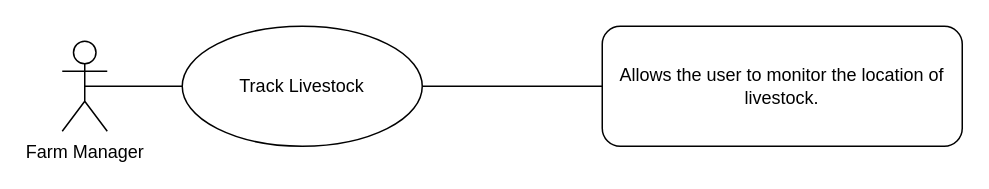
Before: docs/requirements_docs/use_case_diagrams/xml_files/04_drone_status.drawio in Brandyn1234/dashboard-project, a draw.io diagram. Source tidied: cells renumbered, new cells numbered last; positions are measured from the earlier drawing's top-left corner, leaving out a move shared by most shapes. Both pictures are drawn from the tidied source at 150%, with x=0, y=0 at pixel (62, 26).
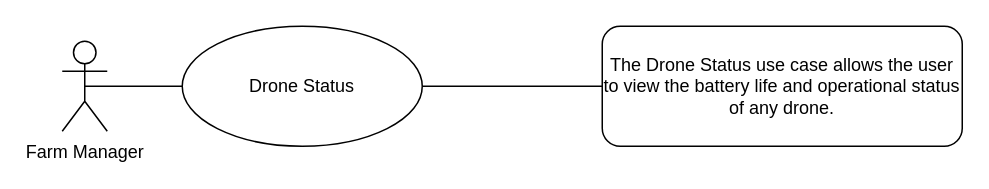
The same diagram, later.

The edit, as a diff of the source:
```diff
@@
 <mxGraphModel>
   <root>
     <mxCell id="0" />
     <mxCell id="1" parent="0" />
-    <mxCell id="2" value="Allows the user to monitor the location of livestock." style="rounded=1;whiteSpace=wrap;html=1;roundedPerimeter=1;align=center;" parent="1" vertex="1">
+    <mxCell id="2" value="&lt;font style=&quot;font-size: 12px;&quot;&gt;The Drone Status use case allows the user to view the battery life and operational status of any drone.&lt;/font&gt;" style="rounded=1;whiteSpace=wrap;html=1;roundedPerimeter=1;align=center;" parent="1" vertex="1">
       <mxGeometry x="360" width="240" height="80" as="geometry" />
     </mxCell>
-    <mxCell id="3" value="Track Livestock" style="ellipse;whiteSpace=wrap;html=1;shapeInside=1;align=center;" parent="1" vertex="1">
+    <mxCell id="3" value="Drone Status" style="ellipse;whiteSpace=wrap;html=1;shapeInside=1;align=center;" parent="1" vertex="1">
       <mxGeometry x="80" width="160" height="80" as="geometry" />
     </mxCell>
     <mxCell id="4" value="Farm Manager" style="shape=umlActor;verticalLabelPosition=bottom;verticalAlign=top;html=1;outlineConnect=0;" parent="1" vertex="1">
       <mxGeometry y="10" width="30" height="60" as="geometry" />
     </mxCell>
     <mxCell id="5" style="endArrow=none;html=1;rounded=0;entryX=0;entryY=0.5;entryDx=0;entryDy=0;exitX=0.5;exitY=0.5;exitDx=0;exitDy=0;exitPerimeter=0;" parent="1" edge="1" source="4" target="3">
       <mxGeometry relative="1" as="geometry" />
     </mxCell>
     <mxCell id="6" style="endArrow=none;html=1;rounded=0;exitX=1;exitY=0.5;exitDx=0;exitDy=0;entryX=0;entryY=0.5;entryDx=0;entryDy=0;" parent="1" edge="1" source="3" target="2">
       <mxGeometry relative="1" as="geometry" />
     </mxCell>
   </root>
 </mxGraphModel>
```
